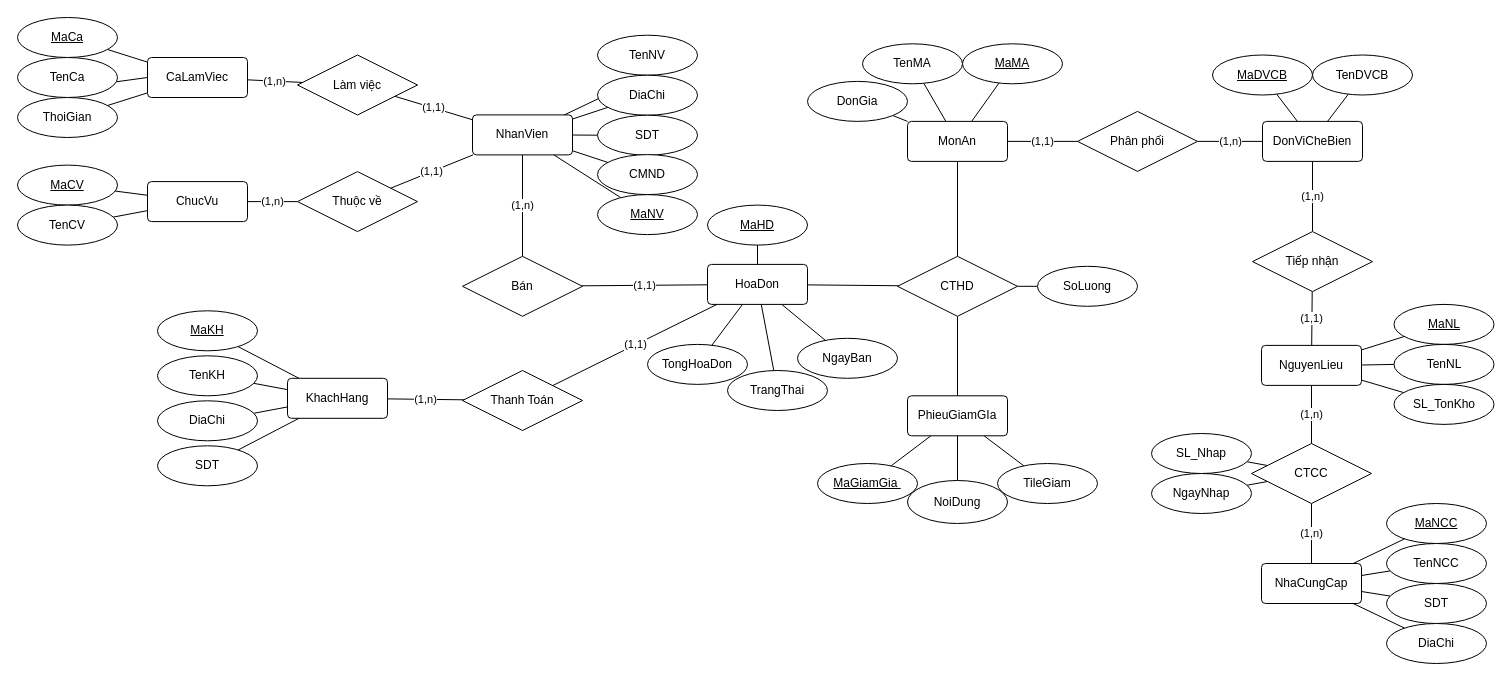
Above: PTTK HTTT/Project/ERD_Project.drawio in EdgarIgnite16/SGU-Course (draw.io), before the change. Source tidied: cells renumbered, new cells numbered last; positions are measured from the earlier drawing's top-left corner, leaving out a move shared by most shapes. Both pictures are drawn from the tidied source at 100%, with x=0, y=0 at pixel (17, 17).
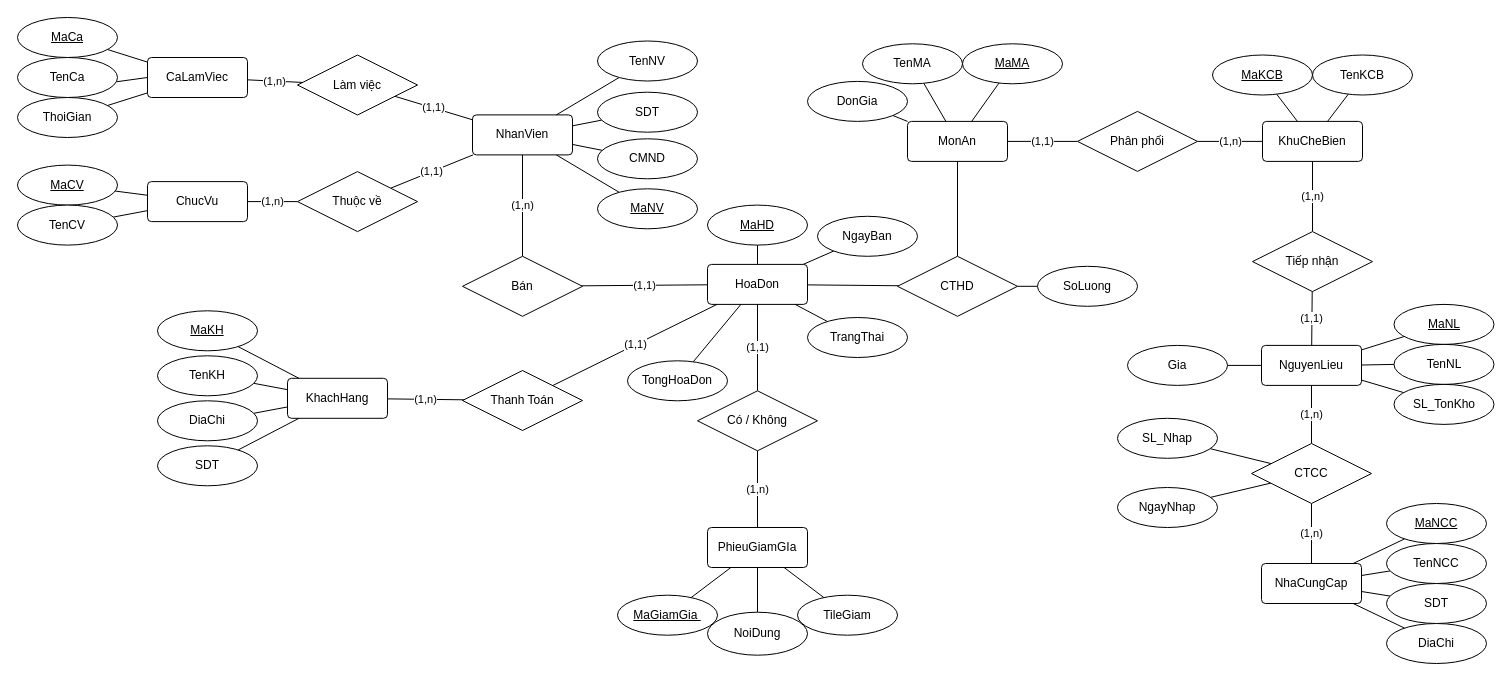
The same diagram, later.

The change refers to these unchanged cells:
```xml
<mxCell id="4" value="NhanVien" style="rounded=1;arcSize=10;whiteSpace=wrap;html=1;align=center;" parent="1" vertex="1">
  <mxGeometry x="455" y="97.4" width="100" height="40" as="geometry" />
</mxCell>
<mxCell id="11" value="HoaDon" style="rounded=1;arcSize=10;whiteSpace=wrap;html=1;align=center;" parent="1" vertex="1">
  <mxGeometry x="690" y="246.9" width="100" height="40" as="geometry" />
</mxCell>
<mxCell id="20" value="CTHD" style="shape=rhombus;perimeter=rhombusPerimeter;whiteSpace=wrap;html=1;align=center;" parent="1" vertex="1">
  <mxGeometry x="880" y="238.8" width="120" height="60" as="geometry" />
</mxCell>
<mxCell id="24" value="NguyenLieu" style="rounded=1;arcSize=10;whiteSpace=wrap;html=1;align=center;" parent="1" vertex="1">
  <mxGeometry x="1244" y="327.9" width="100" height="40" as="geometry" />
</mxCell>
```

Change to the diagram source:
```diff
@@
-    <mxCell id="36" style="edgeStyle=none;rounded=0;jettySize=auto;html=1;exitX=0.5;exitY=1;exitDx=0;exitDy=0;endArrow=none;endFill=0;" parent="1" edge="1" source="37" target="4">
+    <mxCell id="36" style="rounded=0;jettySize=auto;html=1;endArrow=none;endFill=0;" parent="1" edge="1" source="37" target="4">
       <mxGeometry relative="1" as="geometry" />
     </mxCell>
     <mxCell id="37" value="TenNV" style="ellipse;whiteSpace=wrap;html=1;align=center;" parent="1" vertex="1">
-      <mxGeometry x="580" y="17.7" width="100" height="40" as="geometry" />
+      <mxGeometry x="580" y="23.5" width="100" height="40" as="geometry" />
     </mxCell>
@@
     <mxCell id="39" value="MaNV" style="ellipse;whiteSpace=wrap;html=1;align=center;fontStyle=4;" parent="1" vertex="1">
-      <mxGeometry x="580" y="177.1" width="100" height="40" as="geometry" />
+      <mxGeometry x="580" y="171.3" width="100" height="40" as="geometry" />
     </mxCell>
-    <mxCell id="40" style="edgeStyle=none;rounded=0;jettySize=auto;html=1;endArrow=none;endFill=0;" parent="1" edge="1" source="41" target="4">
-      <mxGeometry relative="1" as="geometry" />
-    </mxCell>
-    <mxCell id="41" value="DiaChi" style="ellipse;whiteSpace=wrap;html=1;align=center;" parent="1" vertex="1">
-      <mxGeometry x="580" y="57.7" width="100" height="40" as="geometry" />
-    </mxCell>
@@
     <mxCell id="43" value="SDT" style="ellipse;whiteSpace=wrap;html=1;align=center;" parent="1" vertex="1">
-      <mxGeometry x="580" y="97.7" width="100" height="40" as="geometry" />
+      <mxGeometry x="580" y="74.7" width="100" height="40" as="geometry" />
     </mxCell>
@@
     <mxCell id="74" value="CMND" style="ellipse;whiteSpace=wrap;html=1;align=center;" parent="1" vertex="1">
-      <mxGeometry x="580" y="137.1" width="100" height="40" as="geometry" />
+      <mxGeometry x="580" y="121.3" width="100" height="40" as="geometry" />
     </mxCell>
@@
-    <mxCell id="80" value="DonViCheBien" style="rounded=1;arcSize=10;whiteSpace=wrap;html=1;align=center;" parent="1" vertex="1">
+    <mxCell id="80" value="KhuCheBien" style="rounded=1;arcSize=10;whiteSpace=wrap;html=1;align=center;" parent="1" vertex="1">
       <mxGeometry x="1245" y="103.9" width="100" height="40" as="geometry" />
     </mxCell>
@@
-    <mxCell id="85" value="MaDVCB" style="ellipse;whiteSpace=wrap;html=1;align=center;fontStyle=4;" parent="1" vertex="1">
+    <mxCell id="85" value="MaKCB" style="ellipse;whiteSpace=wrap;html=1;align=center;fontStyle=4;" parent="1" vertex="1">
       <mxGeometry x="1195" y="37.5" width="100" height="40" as="geometry" />
     </mxCell>
@@
-    <mxCell id="87" value="TenDVCB" style="ellipse;whiteSpace=wrap;html=1;align=center;" parent="1" vertex="1">
+    <mxCell id="87" value="TenKCB" style="ellipse;whiteSpace=wrap;html=1;align=center;" parent="1" vertex="1">
       <mxGeometry x="1295" y="37.5" width="100" height="40" as="geometry" />
     </mxCell>
-    <mxCell id="88" style="edgeStyle=none;rounded=0;jettySize=auto;html=1;endArrow=none;endFill=0;" parent="1" edge="1" source="89" target="20">
-      <mxGeometry relative="1" as="geometry" />
-    </mxCell>
+    <mxCell id="111" value="(1,n)" style="edgeStyle=none;rounded=0;jettySize=auto;html=1;endArrow=none;endFill=0;" parent="1" edge="1" source="89" target="115">
+      <mxGeometry relative="1" as="geometry" />
+    </mxCell>
     <mxCell id="89" value="PhieuGiamGIa" style="rounded=1;arcSize=10;whiteSpace=wrap;html=1;align=center;" parent="1" vertex="1">
-      <mxGeometry x="890" y="378.3" width="100" height="40" as="geometry" />
+      <mxGeometry x="690" y="510" width="100" height="40" as="geometry" />
     </mxCell>
@@
     <mxCell id="91" value="MaGiamGia&amp;nbsp;" style="ellipse;whiteSpace=wrap;html=1;align=center;fontStyle=4;" parent="1" vertex="1">
-      <mxGeometry x="800" y="446" width="100" height="40" as="geometry" />
+      <mxGeometry x="600" y="577.7" width="100" height="40" as="geometry" />
     </mxCell>
@@
     <mxCell id="93" value="NoiDung" style="ellipse;whiteSpace=wrap;html=1;align=center;" parent="1" vertex="1">
-      <mxGeometry x="890" y="463" width="100" height="43" as="geometry" />
+      <mxGeometry x="690" y="594.7" width="100" height="43" as="geometry" />
     </mxCell>
@@
     <mxCell id="95" value="TileGiam" style="ellipse;whiteSpace=wrap;html=1;align=center;" parent="1" vertex="1">
-      <mxGeometry x="980" y="446" width="100" height="40" as="geometry" />
+      <mxGeometry x="780" y="577.7" width="100" height="40" as="geometry" />
     </mxCell>
@@
     <mxCell id="98" value="TongHoaDon" style="ellipse;whiteSpace=wrap;html=1;align=center;" parent="1" vertex="1">
-      <mxGeometry x="630" y="326.9" width="100" height="40" as="geometry" />
+      <mxGeometry x="610" y="343.3" width="100" height="40" as="geometry" />
     </mxCell>
@@
     <mxCell id="100" value="TrangThai" style="ellipse;whiteSpace=wrap;html=1;align=center;" parent="1" vertex="1">
-      <mxGeometry x="710" y="353" width="100" height="40" as="geometry" />
+      <mxGeometry x="790" y="300" width="100" height="40" as="geometry" />
     </mxCell>
@@
     <mxCell id="108" value="SL_Nhap" style="ellipse;whiteSpace=wrap;html=1;align=center;" parent="1" vertex="1">
-      <mxGeometry x="1134" y="416" width="100" height="40" as="geometry" />
+      <mxGeometry x="1100" y="400.8" width="100" height="40" as="geometry" />
     </mxCell>
     <mxCell id="109" value="NgayNhap" style="ellipse;whiteSpace=wrap;html=1;align=center;" parent="1" vertex="1">
-      <mxGeometry x="1134" y="456" width="100" height="40" as="geometry" />
+      <mxGeometry x="1100" y="470" width="100" height="40" as="geometry" />
     </mxCell>
     <mxCell id="110" value="NgayBan" style="ellipse;whiteSpace=wrap;html=1;align=center;" parent="1" vertex="1">
-      <mxGeometry x="780" y="320.8" width="100" height="40" as="geometry" />
+      <mxGeometry x="800" y="198.8" width="100" height="40" as="geometry" />
     </mxCell>
+    <mxCell id="112" style="edgeStyle=none;rounded=0;jettySize=auto;html=1;endArrow=none;endFill=0;" parent="1" edge="1" source="113" target="24">
+      <mxGeometry relative="1" as="geometry" />
+    </mxCell>
+    <mxCell id="113" value="Gia" style="ellipse;whiteSpace=wrap;html=1;align=center;" parent="1" vertex="1">
+      <mxGeometry x="1110" y="327.9" width="100" height="40" as="geometry" />
+    </mxCell>
+    <mxCell id="114" value="(1,1)" style="edgeStyle=none;rounded=0;jettySize=auto;html=1;endArrow=none;endFill=0;" parent="1" edge="1" source="115" target="11">
+      <mxGeometry relative="1" as="geometry" />
+    </mxCell>
+    <mxCell id="115" value="Có / Không" style="shape=rhombus;perimeter=rhombusPerimeter;whiteSpace=wrap;html=1;align=center;" parent="1" vertex="1">
+      <mxGeometry x="680" y="373.3" width="120" height="60" as="geometry" />
+    </mxCell>
```
